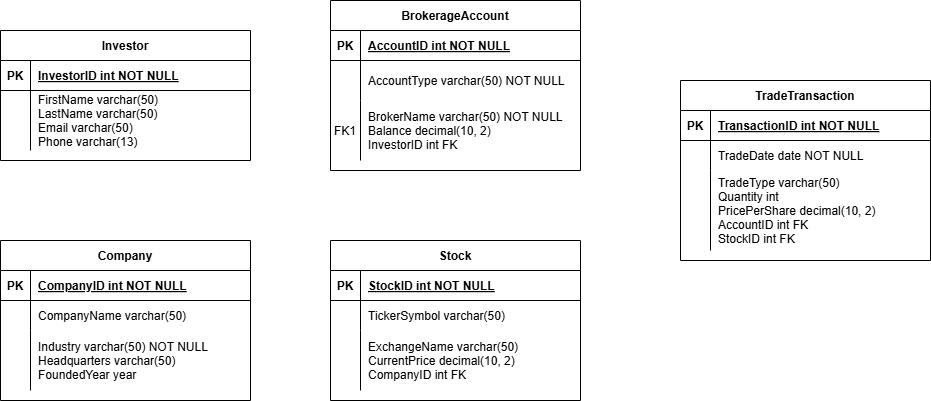
Above: CS420_Assignment5.png in Jhkpop/CS420_Assignment5 (draw.io), before the change. Source tidied: cells renumbered, new cells last; positions are measured from the earlier drawing's top-left corner, leaving out a move shared by most shapes. The source it was exported from:
```xml
<mxGraphModel>
  <root>
    <mxCell id="0" />
    <mxCell id="1" parent="0" />
    <mxCell id="2" value="BrokerageAccount" style="shape=table;startSize=30;rowLines=0;fontStyle=1;align=center;" parent="1" vertex="1">
      <mxGeometry x="330" width="250" height="170" as="geometry" />
    </mxCell>
    <mxCell id="3" style="shape=partialRectangle;fillColor=none;points=[[0,0.5],[1,0.5]];portConstraint=eastwest;top=0;left=0;right=0;bottom=1;" parent="2" vertex="1">
      <mxGeometry y="30" width="250" height="30" as="geometry" />
    </mxCell>
    <mxCell id="4" value="PK" style="shape=partialRectangle;overflow=hidden;fillColor=none;top=0;left=0;bottom=0;right=0;fontStyle=1;" parent="3" vertex="1">
      <mxGeometry width="30" height="30" as="geometry" />
    </mxCell>
    <mxCell id="5" value="AccountID int NOT NULL " style="shape=partialRectangle;overflow=hidden;fillColor=none;top=0;left=0;bottom=0;right=0;align=left;spacingLeft=6;fontStyle=5;" parent="3" vertex="1">
      <mxGeometry x="30" width="220" height="30" as="geometry" />
    </mxCell>
    <mxCell id="6" style="shape=partialRectangle;fillColor=none;top=0;left=0;right=0;bottom=0;" parent="2" vertex="1">
      <mxGeometry y="60" width="250" height="40" as="geometry" />
    </mxCell>
    <mxCell id="7" style="shape=partialRectangle;overflow=hidden;fillColor=none;top=0;left=0;bottom=0;right=0;" parent="6" vertex="1">
      <mxGeometry width="30" height="40" as="geometry" />
    </mxCell>
    <mxCell id="8" value="AccountType varchar(50) NOT NULL" style="shape=partialRectangle;overflow=hidden;fillColor=none;top=0;left=0;bottom=0;right=0;align=left;spacingLeft=6;" parent="6" vertex="1">
      <mxGeometry x="30" width="220" height="40" as="geometry" />
    </mxCell>
    <mxCell id="9" style="shape=partialRectangle;fillColor=none;points=[[0,0.5],[1,0.5]];portConstraint=eastwest;top=0;left=0;right=0;bottom=0;" parent="2" vertex="1">
      <mxGeometry y="100" width="250" height="60" as="geometry" />
    </mxCell>
    <mxCell id="10" value="FK1" style="shape=partialRectangle;overflow=hidden;fillColor=none;top=0;left=0;bottom=0;right=0;" parent="9" vertex="1">
      <mxGeometry width="30" height="60" as="geometry" />
    </mxCell>
    <mxCell id="11" value="BrokerName varchar(50) NOT NULL&#10;Balance decimal(10, 2)&#10;InvestorID int FK" style="shape=partialRectangle;overflow=hidden;fillColor=none;top=0;left=0;bottom=0;right=0;align=left;spacingLeft=6;" parent="9" vertex="1">
      <mxGeometry x="30" width="220" height="60" as="geometry" />
    </mxCell>
    <mxCell id="12" value="Company" style="shape=table;startSize=30;rowLines=0;fontStyle=1;align=center;" parent="1" vertex="1">
      <mxGeometry y="240" width="250" height="160" as="geometry" />
    </mxCell>
    <mxCell id="13" style="shape=partialRectangle;fillColor=none;points=[[0,0.5],[1,0.5]];portConstraint=eastwest;top=0;left=0;right=0;bottom=1;" parent="12" vertex="1">
      <mxGeometry y="30" width="250" height="30" as="geometry" />
    </mxCell>
    <mxCell id="14" value="PK" style="shape=partialRectangle;overflow=hidden;fillColor=none;top=0;left=0;bottom=0;right=0;fontStyle=1;" parent="13" vertex="1">
      <mxGeometry width="30" height="30" as="geometry" />
    </mxCell>
    <mxCell id="15" value="CompanyID int NOT NULL " style="shape=partialRectangle;overflow=hidden;fillColor=none;top=0;left=0;bottom=0;right=0;align=left;spacingLeft=6;fontStyle=5;" parent="13" vertex="1">
      <mxGeometry x="30" width="220" height="30" as="geometry" />
    </mxCell>
    <mxCell id="16" style="shape=partialRectangle;fillColor=none;top=0;left=0;right=0;bottom=0;" parent="12" vertex="1">
      <mxGeometry y="60" width="250" height="30" as="geometry" />
    </mxCell>
    <mxCell id="17" style="shape=partialRectangle;overflow=hidden;fillColor=none;top=0;left=0;bottom=0;right=0;" parent="16" vertex="1">
      <mxGeometry width="30" height="30" as="geometry" />
    </mxCell>
    <mxCell id="18" value="CompanyName varchar(50)" style="shape=partialRectangle;overflow=hidden;fillColor=none;top=0;left=0;bottom=0;right=0;align=left;spacingLeft=6;" parent="16" vertex="1">
      <mxGeometry x="30" width="220" height="30" as="geometry" />
    </mxCell>
    <mxCell id="19" style="shape=partialRectangle;fillColor=none;top=0;left=0;right=0;bottom=0;" parent="12" vertex="1">
      <mxGeometry y="90" width="250" height="60" as="geometry" />
    </mxCell>
    <mxCell id="20" style="shape=partialRectangle;overflow=hidden;fillColor=none;top=0;left=0;bottom=0;right=0;" parent="19" vertex="1">
      <mxGeometry width="30" height="60" as="geometry" />
    </mxCell>
    <mxCell id="21" value="Industry varchar(50) NOT NULL&#10;Headquarters varchar(50)&#10;FoundedYear year" style="shape=partialRectangle;overflow=hidden;fillColor=none;top=0;left=0;bottom=0;right=0;align=left;spacingLeft=6;" parent="19" vertex="1">
      <mxGeometry x="30" width="220" height="60" as="geometry" />
    </mxCell>
    <mxCell id="22" value="Investor" style="shape=table;startSize=30;rowLines=0;fontStyle=1;align=center;" parent="1" vertex="1">
      <mxGeometry y="30" width="250" height="130" as="geometry" />
    </mxCell>
    <mxCell id="23" style="shape=partialRectangle;fillColor=none;points=[[0,0.5],[1,0.5]];portConstraint=eastwest;top=0;left=0;right=0;bottom=1;" parent="22" vertex="1">
      <mxGeometry y="30" width="250" height="30" as="geometry" />
    </mxCell>
    <mxCell id="24" value="PK" style="shape=partialRectangle;overflow=hidden;fillColor=none;top=0;left=0;bottom=0;right=0;fontStyle=1;" parent="23" vertex="1">
      <mxGeometry width="30" height="30" as="geometry" />
    </mxCell>
    <mxCell id="25" value="InvestorID int NOT NULL " style="shape=partialRectangle;overflow=hidden;fillColor=none;top=0;left=0;bottom=0;right=0;align=left;spacingLeft=6;fontStyle=5;" parent="23" vertex="1">
      <mxGeometry x="30" width="220" height="30" as="geometry" />
    </mxCell>
    <mxCell id="26" style="shape=partialRectangle;fillColor=none;top=0;left=0;right=0;bottom=0;" parent="22" vertex="1">
      <mxGeometry y="60" width="250" height="60" as="geometry" />
    </mxCell>
    <mxCell id="27" style="shape=partialRectangle;overflow=hidden;fillColor=none;top=0;left=0;bottom=0;right=0;" parent="26" vertex="1">
      <mxGeometry width="30" height="60" as="geometry" />
    </mxCell>
    <mxCell id="28" value="FirstName varchar(50)&#10;LastName varchar(50)&#10;Email varchar(50)&#10;Phone varchar(13)" style="shape=partialRectangle;overflow=hidden;fillColor=none;top=0;left=0;bottom=0;right=0;align=left;spacingLeft=6;" parent="26" vertex="1">
      <mxGeometry x="30" width="220" height="60" as="geometry" />
    </mxCell>
    <mxCell id="29" value="Stock" style="shape=table;startSize=30;rowLines=0;fontStyle=1;align=center;" parent="1" vertex="1">
      <mxGeometry x="330" y="240" width="250" height="160" as="geometry" />
    </mxCell>
    <mxCell id="30" style="shape=partialRectangle;fillColor=none;top=0;left=0;right=0;bottom=1;" parent="29" vertex="1">
      <mxGeometry y="30" width="250" height="30" as="geometry" />
    </mxCell>
    <mxCell id="31" value="PK" style="shape=partialRectangle;overflow=hidden;fillColor=none;top=0;left=0;bottom=0;right=0;fontStyle=1;" parent="30" vertex="1">
      <mxGeometry width="30" height="30" as="geometry" />
    </mxCell>
    <mxCell id="32" value="StockID int NOT NULL " style="shape=partialRectangle;overflow=hidden;fillColor=none;top=0;left=0;bottom=0;right=0;align=left;spacingLeft=6;fontStyle=5;" parent="30" vertex="1">
      <mxGeometry x="30" width="220" height="30" as="geometry" />
    </mxCell>
    <mxCell id="33" style="shape=partialRectangle;fillColor=none;top=0;left=0;right=0;bottom=0;" parent="29" vertex="1">
      <mxGeometry y="60" width="250" height="30" as="geometry" />
    </mxCell>
    <mxCell id="34" style="shape=partialRectangle;overflow=hidden;fillColor=none;top=0;left=0;bottom=0;right=0;" parent="33" vertex="1">
      <mxGeometry width="30" height="30" as="geometry" />
    </mxCell>
    <mxCell id="35" value="TickerSymbol varchar(50)" style="shape=partialRectangle;overflow=hidden;fillColor=none;top=0;left=0;bottom=0;right=0;align=left;spacingLeft=6;" parent="33" vertex="1">
      <mxGeometry x="30" width="220" height="30" as="geometry" />
    </mxCell>
    <mxCell id="36" style="shape=partialRectangle;fillColor=none;points=[[0,0.5],[1,0.5]];portConstraint=eastwest;top=0;left=0;right=0;bottom=0;" parent="29" vertex="1">
      <mxGeometry y="90" width="250" height="60" as="geometry" />
    </mxCell>
    <mxCell id="37" style="shape=partialRectangle;overflow=hidden;fillColor=none;top=0;left=0;bottom=0;right=0;" parent="36" vertex="1">
      <mxGeometry width="30" height="60" as="geometry" />
    </mxCell>
    <mxCell id="38" value="ExchangeName varchar(50)&#10;CurrentPrice decimal(10, 2)&#10;CompanyID int FK" style="shape=partialRectangle;overflow=hidden;fillColor=none;top=0;left=0;bottom=0;right=0;align=left;spacingLeft=6;" parent="36" vertex="1">
      <mxGeometry x="30" width="220" height="60" as="geometry" />
    </mxCell>
    <mxCell id="39" value="TradeTransaction" style="shape=table;startSize=30;rowLines=0;fontStyle=1;align=center;" parent="1" vertex="1">
      <mxGeometry x="680" y="80" width="250" height="180" as="geometry" />
    </mxCell>
    <mxCell id="40" style="shape=partialRectangle;fillColor=none;top=0;left=0;right=0;bottom=1;" parent="39" vertex="1">
      <mxGeometry y="30" width="250" height="30" as="geometry" />
    </mxCell>
    <mxCell id="41" value="PK" style="shape=partialRectangle;overflow=hidden;fillColor=none;top=0;left=0;bottom=0;right=0;fontStyle=1;" parent="40" vertex="1">
      <mxGeometry width="30" height="30" as="geometry" />
    </mxCell>
    <mxCell id="42" value="TransactionID int NOT NULL " style="shape=partialRectangle;overflow=hidden;fillColor=none;top=0;left=0;bottom=0;right=0;align=left;spacingLeft=6;fontStyle=5;" parent="40" vertex="1">
      <mxGeometry x="30" width="220" height="30" as="geometry" />
    </mxCell>
    <mxCell id="43" style="shape=partialRectangle;fillColor=none;top=0;left=0;right=0;bottom=0;" parent="39" vertex="1">
      <mxGeometry y="60" width="250" height="30" as="geometry" />
    </mxCell>
    <mxCell id="44" style="shape=partialRectangle;overflow=hidden;fillColor=none;top=0;left=0;bottom=0;right=0;" parent="43" vertex="1">
      <mxGeometry width="30" height="30" as="geometry" />
    </mxCell>
    <mxCell id="45" value="TradeDate date NOT NULL" style="shape=partialRectangle;overflow=hidden;fillColor=none;top=0;left=0;bottom=0;right=0;align=left;spacingLeft=6;" parent="43" vertex="1">
      <mxGeometry x="30" width="220" height="30" as="geometry" />
    </mxCell>
    <mxCell id="46" style="shape=partialRectangle;fillColor=none;points=[[0,0.5],[1,0.5]];portConstraint=eastwest;top=0;left=0;right=0;bottom=0;" parent="39" vertex="1">
      <mxGeometry y="90" width="250" height="80" as="geometry" />
    </mxCell>
    <mxCell id="47" style="shape=partialRectangle;overflow=hidden;fillColor=none;top=0;left=0;bottom=0;right=0;" parent="46" vertex="1">
      <mxGeometry width="30" height="80" as="geometry" />
    </mxCell>
    <mxCell id="48" value="TradeType varchar(50)&#10;Quantity int&#10;PricePerShare decimal(10, 2)&#10;AccountID int FK&#10;StockID int FK" style="shape=partialRectangle;overflow=hidden;fillColor=none;top=0;left=0;bottom=0;right=0;align=left;spacingLeft=6;" parent="46" vertex="1">
      <mxGeometry x="30" width="220" height="80" as="geometry" />
    </mxCell>
  </root>
</mxGraphModel>
```
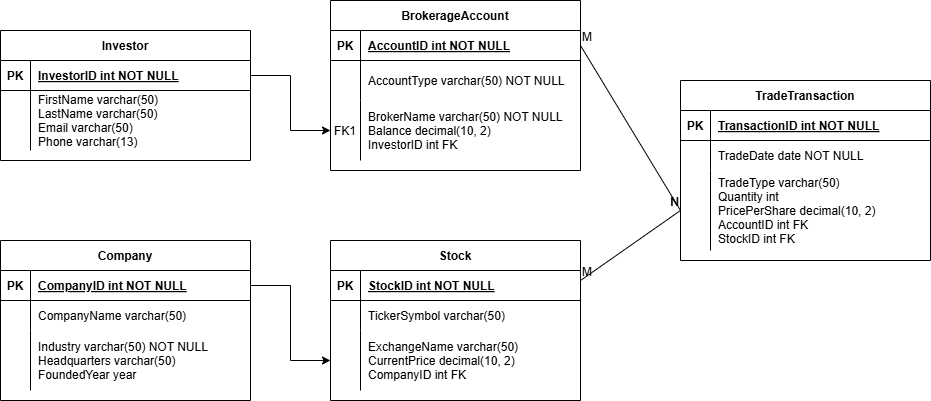
Above is the later version.

Commit message:
Added cardinality lines.

What changed in the source:
```diff
@@ -143,5 +143,29 @@
     <mxCell id="48" value="TradeType varchar(50)&#10;Quantity int&#10;PricePerShare decimal(10, 2)&#10;AccountID int FK&#10;StockID int FK" style="shape=partialRectangle;overflow=hidden;fillColor=none;top=0;left=0;bottom=0;right=0;align=left;spacingLeft=6;" parent="46" vertex="1">
       <mxGeometry x="30" width="220" height="80" as="geometry" />
     </mxCell>
+    <mxCell id="49" style="edgeStyle=orthogonalEdgeStyle;rounded=0;jettySize=auto;html=1;exitX=1;exitY=0.5;exitDx=0;exitDy=0;entryX=0;entryY=0.5;entryDx=0;entryDy=0;" parent="1" edge="1" source="23" target="9">
+      <mxGeometry relative="1" as="geometry" />
+    </mxCell>
+    <mxCell id="50" style="edgeStyle=orthogonalEdgeStyle;rounded=0;jettySize=auto;html=1;exitX=1;exitY=0.5;exitDx=0;exitDy=0;entryX=0;entryY=0.5;entryDx=0;entryDy=0;" parent="1" edge="1" source="13" target="36">
+      <mxGeometry relative="1" as="geometry" />
+    </mxCell>
+    <mxCell id="51" style="endArrow=none;html=1;rounded=0;exitX=1;exitY=0.5;exitDx=0;exitDy=0;entryX=0;entryY=0.5;entryDx=0;entryDy=0;" parent="1" edge="1" source="3" target="46">
+      <mxGeometry relative="1" as="geometry" />
+    </mxCell>
+    <mxCell id="52" value="M" style="html=1;whiteSpace=wrap;align=left;verticalAlign=bottom;" parent="51" vertex="1">
+      <mxGeometry x="-1" relative="1" as="geometry" />
+    </mxCell>
+    <mxCell id="53" value="N" style="html=1;whiteSpace=wrap;align=right;verticalAlign=bottom;" parent="51" vertex="1">
+      <mxGeometry x="1" relative="1" as="geometry" />
+    </mxCell>
+    <mxCell id="54" style="endArrow=none;html=1;rounded=0;exitX=1;exitY=0.25;exitDx=0;exitDy=0;entryX=0;entryY=0.5;entryDx=0;entryDy=0;" parent="1" edge="1" source="29" target="46">
+      <mxGeometry relative="1" as="geometry" />
+    </mxCell>
+    <mxCell id="55" value="M" style="html=1;whiteSpace=wrap;align=left;verticalAlign=bottom;" parent="54" vertex="1">
+      <mxGeometry x="-1" relative="1" as="geometry" />
+    </mxCell>
+    <mxCell id="56" value="N" style="html=1;whiteSpace=wrap;align=right;verticalAlign=bottom;" parent="54" vertex="1">
+      <mxGeometry x="1" relative="1" as="geometry" />
+    </mxCell>
   </root>
 </mxGraphModel>
```
